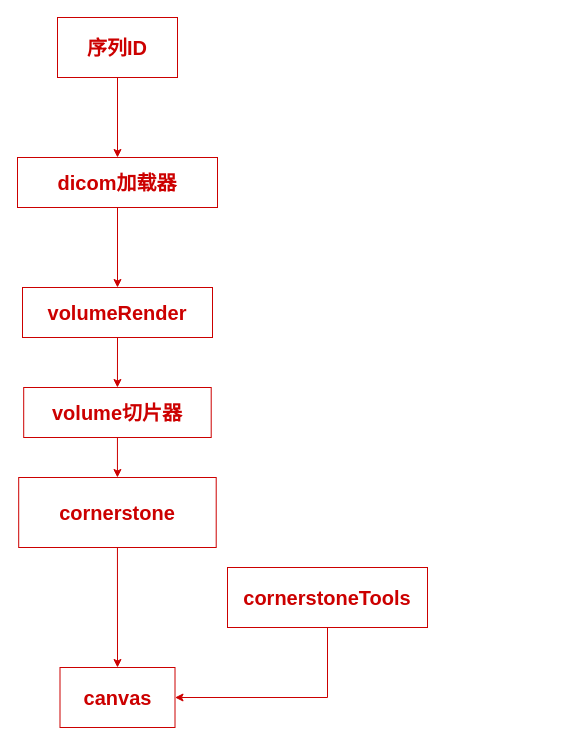
Earlier version of the draw.io diagram page "主流程" (1 of 7) of icanvas架构图.drawio (solace-lee/front-end-architecture). Source tidied: cells renumbered, new cells numbered last; positions are measured from the earlier drawing's top-left corner, leaving out a move shared by most shapes. Both pictures are drawn from the tidied source at 100%, with x=0, y=0 at pixel (17, 17).
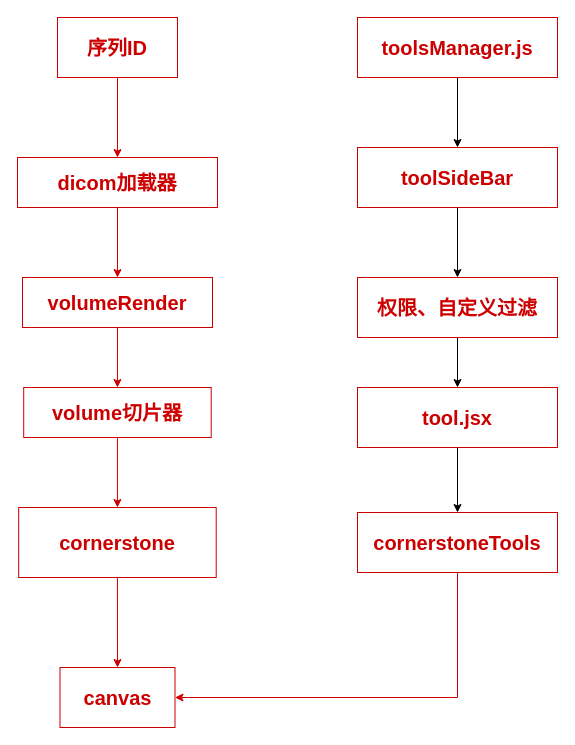
The same diagram, later.

Commit message:
更新icanvas架构图.drawio

Diff of the diagram source:
```diff
@@
     <mxCell id="5" value="&lt;font style=&quot;font-size: 20px;&quot;&gt;volumeRender&lt;/font&gt;" style="rounded=0;whiteSpace=wrap;html=1;strokeWidth=1;fontStyle=1;fontColor=#CC0000;strokeColor=light-dark(#CC0000,#CC0000);" parent="1" vertex="1">
-      <mxGeometry x="5" y="270" width="190" height="50" as="geometry" />
+      <mxGeometry x="5" y="260" width="190" height="50" as="geometry" />
     </mxCell>
@@
     <mxCell id="9" value="&lt;font style=&quot;font-size: 20px;&quot;&gt;cornerstone&lt;/font&gt;" style="rounded=0;whiteSpace=wrap;html=1;strokeWidth=1;fontStyle=1;fontColor=#CC0000;strokeColor=light-dark(#CC0000,#CC0000);" parent="1" vertex="1">
-      <mxGeometry x="1.2" y="460" width="197.5" height="70" as="geometry" />
+      <mxGeometry x="1.2" y="490" width="197.5" height="70" as="geometry" />
     </mxCell>
@@
     <mxCell id="11" value="&lt;font style=&quot;font-size: 20px;&quot;&gt;cornerstoneTools&lt;/font&gt;" style="rounded=0;whiteSpace=wrap;html=1;strokeWidth=1;fontStyle=1;fontColor=#CC0000;strokeColor=light-dark(#CC0000,#CC0000);" parent="1" vertex="1">
-      <mxGeometry x="210" y="550" width="200" height="60" as="geometry" />
+      <mxGeometry x="340" y="495" width="200" height="60" as="geometry" />
     </mxCell>
@@
+    <mxCell id="15" style="edgeStyle=orthogonalEdgeStyle;rounded=0;jettySize=auto;html=1;exitX=0.5;exitY=1;exitDx=0;exitDy=0;entryX=0.5;entryY=0;entryDx=0;entryDy=0;strokeColor=light-dark(#000000,#CC0000);" parent="1" edge="1" source="16" target="18">
+      <mxGeometry relative="1" as="geometry" />
+    </mxCell>
+    <mxCell id="16" value="&lt;font style=&quot;font-size: 20px;&quot;&gt;toolsManager.js&lt;/font&gt;" style="rounded=0;whiteSpace=wrap;html=1;strokeWidth=1;fontStyle=1;fontColor=#CC0000;strokeColor=light-dark(#CC0000,#CC0000);" parent="1" vertex="1">
+      <mxGeometry x="340" width="200" height="60" as="geometry" />
+    </mxCell>
+    <mxCell id="17" style="edgeStyle=orthogonalEdgeStyle;rounded=0;jettySize=auto;html=1;exitX=0.5;exitY=1;exitDx=0;exitDy=0;entryX=0.5;entryY=0;entryDx=0;entryDy=0;strokeColor=light-dark(#000000,#CC0000);" parent="1" edge="1" source="18" target="20">
+      <mxGeometry relative="1" as="geometry" />
+    </mxCell>
+    <mxCell id="18" value="&lt;font style=&quot;font-size: 20px;&quot;&gt;toolSideBar&lt;/font&gt;" style="rounded=0;whiteSpace=wrap;html=1;strokeWidth=1;fontStyle=1;fontColor=#CC0000;strokeColor=light-dark(#CC0000,#CC0000);" parent="1" vertex="1">
+      <mxGeometry x="340" y="130" width="200" height="60" as="geometry" />
+    </mxCell>
+    <mxCell id="19" style="edgeStyle=orthogonalEdgeStyle;rounded=0;jettySize=auto;html=1;exitX=0.5;exitY=1;exitDx=0;exitDy=0;entryX=0.5;entryY=0;entryDx=0;entryDy=0;strokeColor=light-dark(#000000,#CC0000);" parent="1" edge="1" source="20" target="22">
+      <mxGeometry relative="1" as="geometry" />
+    </mxCell>
+    <mxCell id="20" value="&lt;span style=&quot;font-size: 20px;&quot;&gt;权限、自定义过滤&lt;/span&gt;" style="rounded=0;whiteSpace=wrap;html=1;strokeWidth=1;fontStyle=1;fontColor=#CC0000;strokeColor=light-dark(#CC0000,#CC0000);" parent="1" vertex="1">
+      <mxGeometry x="340" y="260" width="200" height="60" as="geometry" />
+    </mxCell>
+    <mxCell id="21" style="edgeStyle=orthogonalEdgeStyle;rounded=0;jettySize=auto;html=1;exitX=0.5;exitY=1;exitDx=0;exitDy=0;entryX=0.5;entryY=0;entryDx=0;entryDy=0;strokeColor=light-dark(#000000,#CC0000);" parent="1" edge="1" source="22" target="11">
+      <mxGeometry relative="1" as="geometry" />
+    </mxCell>
+    <mxCell id="22" value="&lt;span style=&quot;font-size: 20px;&quot;&gt;tool.jsx&lt;/span&gt;" style="rounded=0;whiteSpace=wrap;html=1;strokeWidth=1;fontStyle=1;fontColor=#CC0000;strokeColor=light-dark(#CC0000,#CC0000);" parent="1" vertex="1">
+      <mxGeometry x="340" y="370" width="200" height="60" as="geometry" />
+    </mxCell>
```
